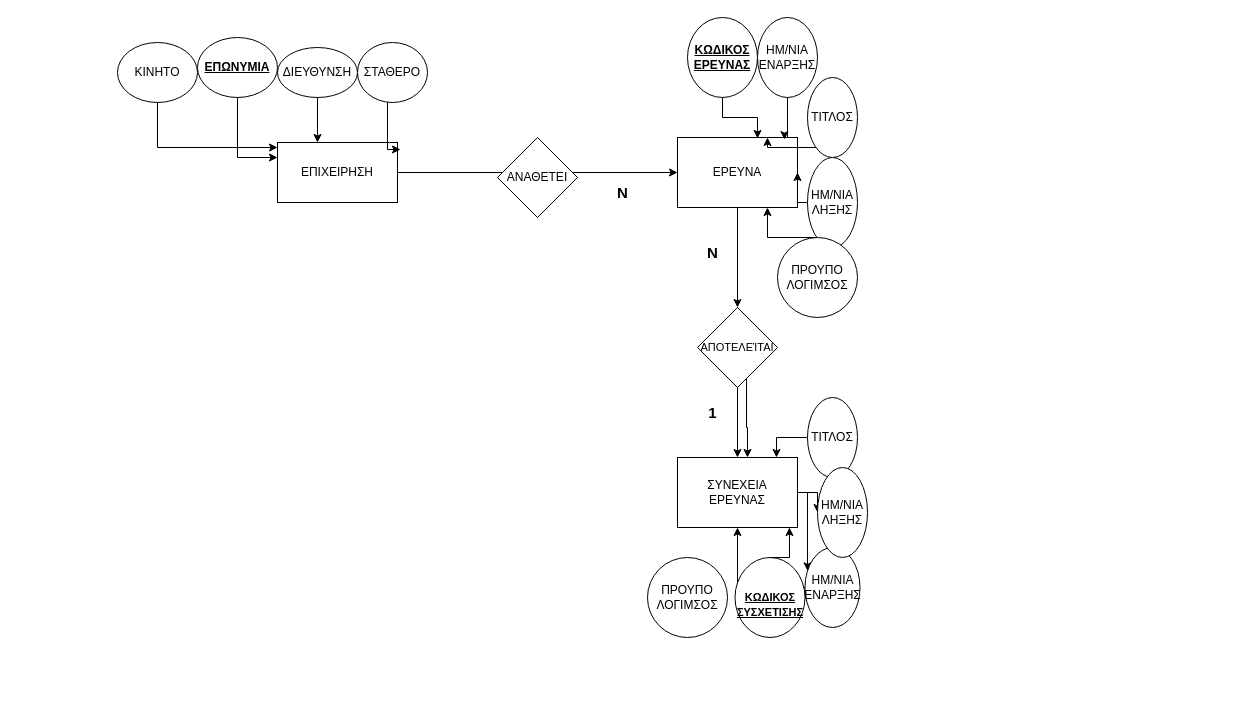
Before: Untitled Diagram.drawio in westqast/C-Program-to-Find-the-Largest-Number-Among-Three-Numbers, a draw.io diagram. Source tidied: cells renumbered, new cells numbered last; positions are measured from the earlier drawing's top-left corner, leaving out a move shared by most shapes. Both pictures are drawn from the tidied source at 100%, with x=0, y=0 at pixel (117, 17).
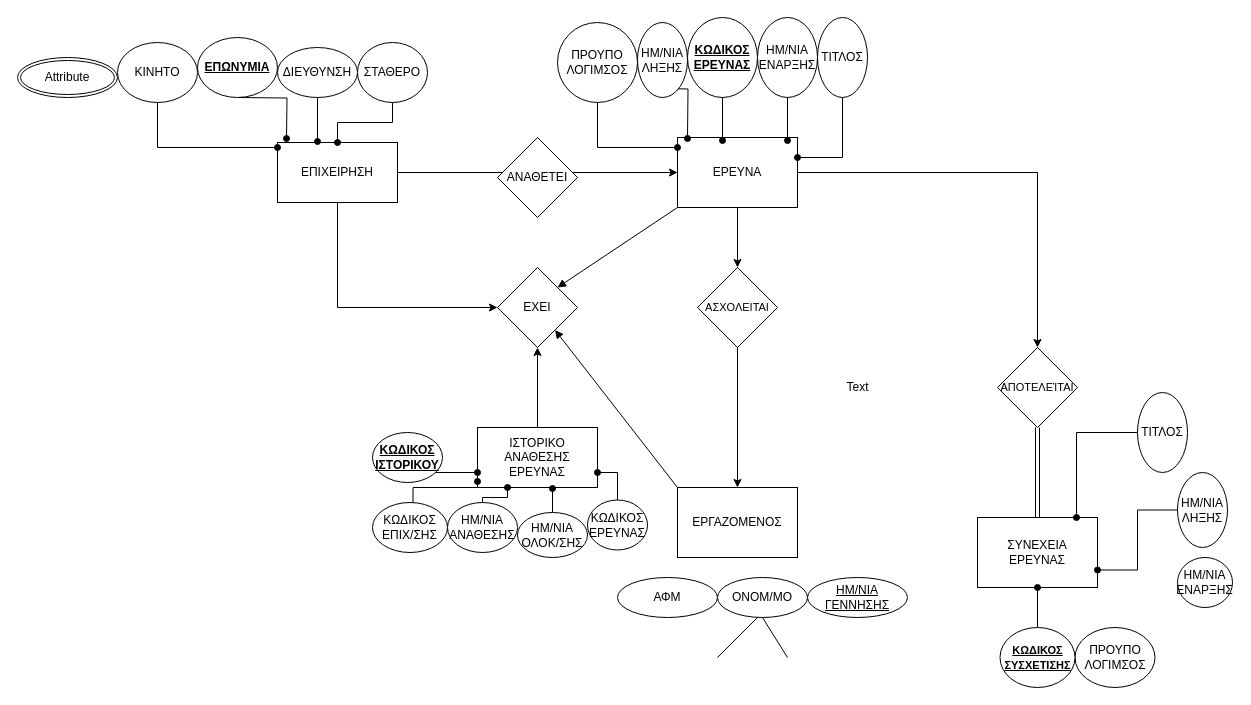
The same page after the edit.

Unchanged cells that the change refers to:
```xml
<mxCell id="3" value="ΕΠΙΧΕΙΡΗΣΗ" style="rounded=0;whiteSpace=wrap;html=1;" parent="1" vertex="1">
  <mxGeometry x="160" y="125" width="120" height="60" as="geometry" />
</mxCell>
<mxCell id="5" value="ΕΡΕΥΝΑ" style="rounded=0;whiteSpace=wrap;html=1;" parent="1" vertex="1">
  <mxGeometry x="560" y="120" width="120" height="70" as="geometry" />
</mxCell>
<mxCell id="7" value="ΗΜ/ΝΙΑ&lt;br&gt;ΕΝΑΡΞΗΣ" style="ellipse;whiteSpace=wrap;html=1;" parent="1" vertex="1">
  <mxGeometry x="640" width="60" height="80" as="geometry" />
</mxCell>
<mxCell id="35" value="ΔΙΕΥΘΥΝΣΗ" style="ellipse;whiteSpace=wrap;html=1;" parent="1" vertex="1">
  <mxGeometry x="160" y="30" width="80" height="50" as="geometry" />
</mxCell>
<mxCell id="37" value="ΣΤΑΘΕΡΟ" style="ellipse;whiteSpace=wrap;html=1;" parent="1" vertex="1">
  <mxGeometry x="240" y="25" width="70" height="60" as="geometry" />
</mxCell>
<mxCell id="39" value="ΚΙΝΗΤΟ" style="ellipse;whiteSpace=wrap;html=1;" parent="1" vertex="1">
  <mxGeometry y="25" width="80" height="60" as="geometry" />
</mxCell>
<mxCell id="41" value="&lt;b&gt;&lt;u&gt;ΚΩΔΙΚΟΣ&lt;br&gt;ΕΡΕΥΝΑΣ&lt;br&gt;&lt;/u&gt;&lt;/b&gt;" style="ellipse;whiteSpace=wrap;html=1;" parent="1" vertex="1">
  <mxGeometry x="570" width="70" height="80" as="geometry" />
</mxCell>
```

The edit, as a diff of the source:
```diff
@@
+    <mxCell id="42" style="edgeStyle=orthogonalEdgeStyle;rounded=0;jettySize=auto;html=1;" parent="1" edge="1" source="3" target="52">
+      <mxGeometry relative="1" as="geometry">
+        <Array as="points">
+          <mxPoint x="220" y="290" />
+        </Array>
+      </mxGeometry>
+    </mxCell>
@@
-    <mxCell id="4" style="edgeStyle=orthogonalEdgeStyle;rounded=0;jettySize=auto;html=1;entryX=0.5;entryY=0;entryDx=0;entryDy=0;" parent="1" edge="1" source="16" target="14">
+    <mxCell id="4" style="edgeStyle=orthogonalEdgeStyle;rounded=0;jettySize=auto;html=1;entryX=0.5;entryY=0;entryDx=0;entryDy=0;shape=link;" parent="1" edge="1" source="16" target="14">
       <mxGeometry relative="1" as="geometry" />
     </mxCell>
+    <mxCell id="43" style="edgeStyle=orthogonalEdgeStyle;rounded=0;jettySize=auto;html=1;" parent="1" edge="1" source="5" target="55">
+      <mxGeometry relative="1" as="geometry" />
+    </mxCell>
@@
-    <mxCell id="6" style="edgeStyle=orthogonalEdgeStyle;rounded=0;jettySize=auto;html=1;entryX=0.892;entryY=0.029;entryDx=0;entryDy=0;entryPerimeter=0;" parent="1" edge="1" source="7" target="5">
-      <mxGeometry relative="1" as="geometry">
-        <Array as="points">
-          <mxPoint x="670" y="120" />
-          <mxPoint x="667" y="120" />
-        </Array>
-      </mxGeometry>
-    </mxCell>
+    <mxCell id="44" style="edgeStyle=orthogonalEdgeStyle;rounded=0;orthogonalLoop=1;jettySize=auto;html=1;entryX=0.917;entryY=0.286;entryDx=0;entryDy=0;entryPerimeter=0;endArrow=oval;endFill=1;" parent="1" edge="1">
+      <mxGeometry relative="1" as="geometry">
+        <mxPoint x="670" y="63" as="sourcePoint" />
+        <mxPoint x="670" y="123" as="targetPoint" />
+      </mxGeometry>
+    </mxCell>
@@
-    <mxCell id="8" style="edgeStyle=orthogonalEdgeStyle;rounded=0;jettySize=auto;html=1;entryX=1;entryY=0.5;entryDx=0;entryDy=0;" parent="1" edge="1" source="9" target="5">
-      <mxGeometry relative="1" as="geometry">
-        <Array as="points">
-          <mxPoint x="680" y="185" />
-        </Array>
-      </mxGeometry>
-    </mxCell>
+    <mxCell id="45" style="edgeStyle=orthogonalEdgeStyle;rounded=0;orthogonalLoop=1;jettySize=auto;html=1;entryX=0.083;entryY=0.143;entryDx=0;entryDy=0;entryPerimeter=0;endArrow=oval;endFill=1;" parent="1" edge="1">
+      <mxGeometry relative="1" as="geometry">
+        <mxPoint x="545" y="71" as="sourcePoint" />
+        <mxPoint x="570" y="121" as="targetPoint" />
+      </mxGeometry>
+    </mxCell>
     <mxCell id="9" value="ΗΜ/ΝΙΑ&lt;br&gt;ΛΗΞΗΣ" style="ellipse;whiteSpace=wrap;html=1;" parent="1" vertex="1">
-      <mxGeometry x="690" y="140" width="50" height="90" as="geometry" />
+      <mxGeometry x="520" y="5" width="50" height="75" as="geometry" />
     </mxCell>
-    <mxCell id="10" style="edgeStyle=orthogonalEdgeStyle;rounded=0;jettySize=auto;html=1;entryX=0.75;entryY=1;entryDx=0;entryDy=0;" parent="1" edge="1" source="11" target="5">
+    <mxCell id="10" style="edgeStyle=orthogonalEdgeStyle;rounded=0;jettySize=auto;html=1;endArrow=oval;endFill=1;" parent="1" edge="1" source="11" target="5">
       <mxGeometry relative="1" as="geometry">
         <Array as="points">
-          <mxPoint x="650" y="220" />
+          <mxPoint x="480" y="130" />
         </Array>
       </mxGeometry>
     </mxCell>
     <mxCell id="11" value="ΠΡΟΥΠΟ&lt;br&gt;ΛΟΓΙΜΣΟΣ" style="ellipse;whiteSpace=wrap;html=1;direction=south;" parent="1" vertex="1">
-      <mxGeometry x="660" y="220" width="80" height="80" as="geometry" />
+      <mxGeometry x="440" y="5" width="80" height="80" as="geometry" />
     </mxCell>
-    <mxCell id="12" style="edgeStyle=orthogonalEdgeStyle;rounded=0;jettySize=auto;html=1;" parent="1" edge="1" source="14" target="21">
-      <mxGeometry relative="1" as="geometry" />
-    </mxCell>
-    <mxCell id="13" style="edgeStyle=orthogonalEdgeStyle;rounded=0;jettySize=auto;html=1;" parent="1" edge="1" source="14" target="18">
-      <mxGeometry relative="1" as="geometry">
-        <Array as="points">
-          <mxPoint x="690" y="475" />
-        </Array>
-      </mxGeometry>
-    </mxCell>
     <mxCell id="14" value="ΣΥΝΕΧΕΙΑ&lt;br&gt;ΕΡΕΥΝΑΣ" style="rounded=0;whiteSpace=wrap;html=1;" parent="1" vertex="1">
-      <mxGeometry x="560" y="440" width="120" height="70" as="geometry" />
+      <mxGeometry x="860" y="500" width="120" height="70" as="geometry" />
     </mxCell>
@@
     <mxCell id="16" value="&lt;font style=&quot;font-size: 11px;&quot;&gt;ΑΠΟΤΕΛΕΊΤΑΙ&lt;/font&gt;" style="rhombus;whiteSpace=wrap;html=1;" parent="1" vertex="1">
-      <mxGeometry x="580" y="290" width="80" height="80" as="geometry" />
+      <mxGeometry x="880" y="330" width="80" height="80" as="geometry" />
     </mxCell>
-    <mxCell id="17" style="edgeStyle=orthogonalEdgeStyle;rounded=0;jettySize=auto;html=1;entryX=0.5;entryY=1;entryDx=0;entryDy=0;" parent="1" edge="1" source="18" target="14">
-      <mxGeometry relative="1" as="geometry" />
-    </mxCell>
     <mxCell id="18" value="ΗΜ/ΝΙΑ&lt;br&gt;ΕΝΑΡΞΗΣ" style="ellipse;whiteSpace=wrap;html=1;" parent="1" vertex="1">
-      <mxGeometry x="687.5" y="530" width="55" height="80" as="geometry" />
+      <mxGeometry x="1060" y="540" width="55" height="50" as="geometry" />
     </mxCell>
-    <mxCell id="19" style="edgeStyle=orthogonalEdgeStyle;rounded=0;jettySize=auto;html=1;entryX=0.825;entryY=0;entryDx=0;entryDy=0;entryPerimeter=0;" parent="1" edge="1" source="20" target="14">
+    <mxCell id="19" style="edgeStyle=orthogonalEdgeStyle;rounded=0;jettySize=auto;html=1;entryX=0.825;entryY=0;entryDx=0;entryDy=0;entryPerimeter=0;endArrow=oval;endFill=1;" parent="1" edge="1" source="20" target="14">
       <mxGeometry relative="1" as="geometry" />
     </mxCell>
     <mxCell id="20" value="ΤΙΤΛΟΣ" style="ellipse;whiteSpace=wrap;html=1;" parent="1" vertex="1">
-      <mxGeometry x="690" y="380" width="50" height="80" as="geometry" />
+      <mxGeometry x="1020" y="375" width="50" height="80" as="geometry" />
     </mxCell>
+    <mxCell id="46" style="edgeStyle=orthogonalEdgeStyle;rounded=0;jettySize=auto;html=1;entryX=1;entryY=0.75;entryDx=0;entryDy=0;endArrow=oval;endFill=1;" parent="1" edge="1" source="21" target="14">
+      <mxGeometry relative="1" as="geometry" />
+    </mxCell>
     <mxCell id="21" value="ΗΜ/ΝΙΑ&lt;br&gt;ΛΗΞΗΣ" style="ellipse;whiteSpace=wrap;html=1;" parent="1" vertex="1">
-      <mxGeometry x="700" y="450" width="50" height="90" as="geometry" />
+      <mxGeometry x="1060" y="455" width="50" height="75" as="geometry" />
     </mxCell>
     <mxCell id="22" value="ΠΡΟΥΠΟ&lt;br&gt;ΛΟΓΙΜΣΟΣ" style="ellipse;whiteSpace=wrap;html=1;direction=south;" parent="1" vertex="1">
-      <mxGeometry x="530" y="540" width="80" height="80" as="geometry" />
+      <mxGeometry x="957.5" y="610" width="80" height="60" as="geometry" />
     </mxCell>
-    <mxCell id="23" style="edgeStyle=orthogonalEdgeStyle;rounded=0;jettySize=auto;html=1;exitX=0.5;exitY=0;exitDx=0;exitDy=0;entryX=0.933;entryY=1;entryDx=0;entryDy=0;entryPerimeter=0;" parent="1" edge="1" source="24" target="14">
+    <mxCell id="23" style="edgeStyle=orthogonalEdgeStyle;rounded=0;jettySize=auto;html=1;endArrow=oval;endFill=1;" parent="1" edge="1" source="24" target="14">
       <mxGeometry relative="1" as="geometry" />
     </mxCell>
-    <mxCell id="24" value="&lt;u style=&quot;font-size: 11px;&quot;&gt;&lt;b&gt;&lt;br&gt;ΚΩΔΙΚΟΣ&lt;br&gt;ΣΥΣΧΕΤΙΣΗΣ&lt;br&gt;&lt;/b&gt;&lt;/u&gt;" style="ellipse;whiteSpace=wrap;html=1;" parent="1" vertex="1">
-      <mxGeometry x="617.5" y="540" width="70" height="80" as="geometry" />
+    <mxCell id="24" value="&lt;u style=&quot;font-size: 11px;&quot;&gt;&lt;b&gt;ΚΩΔΙΚΟΣ&lt;br&gt;ΣΥΣΧΕΤΙΣΗΣ&lt;br&gt;&lt;/b&gt;&lt;/u&gt;" style="ellipse;whiteSpace=wrap;html=1;" parent="1" vertex="1">
+      <mxGeometry x="882.5" y="610" width="75" height="60" as="geometry" />
     </mxCell>
-    <mxCell id="25" value="&lt;font style=&quot;font-size: 15px;&quot;&gt;&lt;b&gt;1&lt;/b&gt;&lt;/font&gt;" style="text;html=1;align=center;verticalAlign=middle;strokeColor=none;fillColor=none;" parent="1" vertex="1">
-      <mxGeometry x="580" y="380" width="30" height="30" as="geometry" />
-    </mxCell>
-    <mxCell id="26" value="&lt;font style=&quot;font-size: 15px;&quot;&gt;&lt;b&gt;Ν&lt;/b&gt;&lt;/font&gt;" style="text;html=1;align=center;verticalAlign=middle;strokeColor=none;fillColor=none;" parent="1" vertex="1">
-      <mxGeometry x="580" y="220" width="30" height="30" as="geometry" />
-    </mxCell>
-    <mxCell id="27" style="edgeStyle=orthogonalEdgeStyle;rounded=0;jettySize=auto;html=1;entryX=0.75;entryY=0;entryDx=0;entryDy=0;" parent="1" edge="1" source="28" target="5">
+    <mxCell id="27" style="edgeStyle=orthogonalEdgeStyle;rounded=0;jettySize=auto;html=1;endArrow=oval;endFill=1;" parent="1" edge="1" source="28" target="5">
       <mxGeometry relative="1" as="geometry">
         <Array as="points">
-          <mxPoint x="650" y="130" />
+          <mxPoint x="725" y="140" />
         </Array>
       </mxGeometry>
     </mxCell>
     <mxCell id="28" value="ΤΙΤΛΟΣ" style="ellipse;whiteSpace=wrap;html=1;" parent="1" vertex="1">
-      <mxGeometry x="690" y="60" width="50" height="80" as="geometry" />
+      <mxGeometry x="700" width="50" height="80" as="geometry" />
     </mxCell>
-    <mxCell id="29" style="edgeStyle=orthogonalEdgeStyle;rounded=0;jettySize=auto;html=1;exitX=0.613;exitY=0.888;exitDx=0;exitDy=0;exitPerimeter=0;" parent="1" edge="1" source="16">
-      <mxGeometry relative="1" as="geometry">
-        <mxPoint x="630" y="440" as="targetPoint" />
-        <Array as="points">
-          <mxPoint x="629" y="410" />
-          <mxPoint x="630" y="410" />
-        </Array>
-      </mxGeometry>
-    </mxCell>
@@
-    <mxCell id="31" value="&lt;font style=&quot;font-size: 15px;&quot;&gt;&lt;b&gt;Ν&lt;/b&gt;&lt;/font&gt;" style="text;html=1;align=center;verticalAlign=middle;strokeColor=none;fillColor=none;" parent="1" vertex="1">
-      <mxGeometry x="490" y="160" width="30" height="30" as="geometry" />
-    </mxCell>
-    <mxCell id="32" style="edgeStyle=orthogonalEdgeStyle;rounded=0;jettySize=auto;html=1;entryX=0;entryY=0.25;entryDx=0;entryDy=0;" parent="1" edge="1" source="33" target="3">
-      <mxGeometry relative="1" as="geometry" />
-    </mxCell>
+    <mxCell id="47" style="edgeStyle=orthogonalEdgeStyle;rounded=0;orthogonalLoop=1;jettySize=auto;html=1;entryX=0.075;entryY=-0.067;entryDx=0;entryDy=0;entryPerimeter=0;endArrow=oval;endFill=1;" parent="1" edge="1">
+      <mxGeometry relative="1" as="geometry">
+        <mxPoint x="120" y="80" as="sourcePoint" />
+        <mxPoint x="169" y="121" as="targetPoint" />
+      </mxGeometry>
+    </mxCell>
-    <mxCell id="33" value="&lt;b&gt;&lt;u&gt;ΕΠΩΝΥΜΙΑ&lt;/u&gt;&lt;/b&gt;" style="ellipse;whiteSpace=wrap;html=1;" parent="1" vertex="1">
+    <mxCell id="33" value="&lt;b&gt;&lt;u&gt;ΕΠΩΝΥΜΙΑ&lt;/u&gt;&lt;/b&gt;" style="ellipse;whiteSpace=wrap;html=1;fillStyle=cross-hatch;" parent="1" vertex="1">
       <mxGeometry x="80" y="20" width="80" height="60" as="geometry" />
     </mxCell>
-    <mxCell id="34" style="edgeStyle=orthogonalEdgeStyle;rounded=0;jettySize=auto;html=1;" parent="1" edge="1" source="35" target="3">
-      <mxGeometry relative="1" as="geometry">
-        <Array as="points">
-          <mxPoint x="200" y="130" />
-          <mxPoint x="200" y="130" />
-        </Array>
-      </mxGeometry>
-    </mxCell>
+    <mxCell id="48" style="jettySize=auto;html=1;rounded=0;endArrow=oval;endFill=1;exitX=0.5;exitY=1;exitDx=0;exitDy=0;" parent="1" edge="1" source="35">
+      <mxGeometry relative="1" as="geometry">
+        <mxPoint x="200" y="124" as="targetPoint" />
+      </mxGeometry>
+    </mxCell>
@@
-    <mxCell id="36" style="edgeStyle=orthogonalEdgeStyle;rounded=0;jettySize=auto;html=1;entryX=1.025;entryY=0.117;entryDx=0;entryDy=0;entryPerimeter=0;" parent="1" edge="1" source="37" target="3">
-      <mxGeometry relative="1" as="geometry">
-        <Array as="points">
-          <mxPoint x="270" y="132" />
-        </Array>
-      </mxGeometry>
+    <mxCell id="36" style="edgeStyle=orthogonalEdgeStyle;rounded=0;jettySize=auto;html=1;endArrow=oval;endFill=1;" parent="1" edge="1" source="37" target="3">
+      <mxGeometry relative="1" as="geometry" />
     </mxCell>
@@
-    <mxCell id="38" style="edgeStyle=orthogonalEdgeStyle;rounded=0;jettySize=auto;html=1;" parent="1" edge="1" source="39" target="3">
+    <mxCell id="38" style="edgeStyle=orthogonalEdgeStyle;rounded=0;jettySize=auto;html=1;endArrow=oval;endFill=1;" parent="1" edge="1" source="39" target="3">
       <mxGeometry relative="1" as="geometry">
         <Array as="points">
           <mxPoint x="40" y="130" />
         </Array>
       </mxGeometry>
     </mxCell>
@@
-    <mxCell id="40" style="edgeStyle=orthogonalEdgeStyle;rounded=0;jettySize=auto;html=1;entryX=0.667;entryY=0.014;entryDx=0;entryDy=0;entryPerimeter=0;" parent="1" edge="1" source="41" target="5">
-      <mxGeometry relative="1" as="geometry" />
-    </mxCell>
+    <mxCell id="49" style="edgeStyle=orthogonalEdgeStyle;rounded=0;orthogonalLoop=1;jettySize=auto;html=1;entryX=0.375;entryY=0.571;entryDx=0;entryDy=0;entryPerimeter=0;endArrow=oval;endFill=1;" parent="1" edge="1">
+      <mxGeometry relative="1" as="geometry">
+        <mxPoint x="600" y="52" as="sourcePoint" />
+        <mxPoint x="605" y="123" as="targetPoint" />
+        <Array as="points">
+          <mxPoint x="605" y="52" />
+        </Array>
+      </mxGeometry>
+    </mxCell>
@@
+    <mxCell id="50" value="ΙΣΤΟΡΙΚΟ&lt;br&gt;ΑΝΑΘΕΣΗΣ&lt;br&gt;ΕΡΕΥΝΑΣ" style="rounded=0;whiteSpace=wrap;html=1;" parent="1" vertex="1">
+      <mxGeometry x="360" y="410" width="120" height="60" as="geometry" />
+    </mxCell>
+    <mxCell id="51" style="edgeStyle=orthogonalEdgeStyle;rounded=0;jettySize=auto;html=1;entryX=0.5;entryY=1;entryDx=0;entryDy=0;" parent="1" edge="1" source="50" target="52">
+      <mxGeometry relative="1" as="geometry" />
+    </mxCell>
+    <mxCell id="52" value="ΕΧΕΙ" style="rhombus;whiteSpace=wrap;html=1;" parent="1" vertex="1">
+      <mxGeometry x="380" y="250" width="80" height="80" as="geometry" />
+    </mxCell>
+    <mxCell id="53" value="ΕΡΓΑΖΟΜΕΝΟΣ" style="rounded=0;whiteSpace=wrap;html=1;" parent="1" vertex="1">
+      <mxGeometry x="560" y="470" width="120" height="70" as="geometry" />
+    </mxCell>
+    <mxCell id="54" style="edgeStyle=orthogonalEdgeStyle;rounded=0;jettySize=auto;html=1;" parent="1" edge="1" source="55" target="53">
+      <mxGeometry relative="1" as="geometry" />
+    </mxCell>
+    <mxCell id="55" value="&lt;font style=&quot;font-size: 11px;&quot;&gt;ΑΣΧΟΛΕΙΤΑΙ&lt;/font&gt;" style="rhombus;whiteSpace=wrap;html=1;" parent="1" vertex="1">
+      <mxGeometry x="580" y="250" width="80" height="80" as="geometry" />
+    </mxCell>
+    <mxCell id="56" style="edgeStyle=orthogonalEdgeStyle;rounded=0;jettySize=auto;html=1;entryX=1;entryY=0.75;entryDx=0;entryDy=0;endArrow=oval;endFill=1;" parent="1" edge="1" source="57" target="50">
+      <mxGeometry relative="1" as="geometry" />
+    </mxCell>
+    <mxCell id="57" value="ΚΩΔΙΚΟΣ&lt;br&gt;ΕΡΕΥΝΑΣ" style="ellipse;whiteSpace=wrap;html=1;" parent="1" vertex="1">
+      <mxGeometry x="470" y="482.5" width="60" height="50" as="geometry" />
+    </mxCell>
+    <mxCell id="58" style="edgeStyle=orthogonalEdgeStyle;rounded=0;orthogonalLoop=1;jettySize=auto;html=1;entryX=-0.025;entryY=0.9;entryDx=0;entryDy=0;entryPerimeter=0;endArrow=oval;endFill=1;" parent="1" edge="1">
+      <mxGeometry relative="1" as="geometry">
+        <mxPoint x="295.5" y="485" as="sourcePoint" />
+        <mxPoint x="360" y="464" as="targetPoint" />
+        <Array as="points">
+          <mxPoint x="296" y="470" />
+          <mxPoint x="360" y="470" />
+        </Array>
+      </mxGeometry>
+    </mxCell>
+    <mxCell id="59" value="ΚΩΔΙΚΟΣ &lt;br&gt;ΕΠΙΧ/ΣΗΣ" style="ellipse;whiteSpace=wrap;html=1;" parent="1" vertex="1">
+      <mxGeometry x="255" y="485" width="75" height="50" as="geometry" />
+    </mxCell>
+    <mxCell id="60" style="edgeStyle=orthogonalEdgeStyle;rounded=0;jettySize=auto;html=1;entryX=0.25;entryY=1;entryDx=0;entryDy=0;endArrow=oval;endFill=1;" parent="1" edge="1" source="61" target="50">
+      <mxGeometry relative="1" as="geometry">
+        <Array as="points">
+          <mxPoint x="365" y="480" />
+          <mxPoint x="390" y="480" />
+        </Array>
+      </mxGeometry>
+    </mxCell>
+    <mxCell id="61" value="ΗΜ/ΝΙΑ&lt;br&gt;ΑΝΑΘΕΣΗΣ" style="ellipse;whiteSpace=wrap;html=1;" parent="1" vertex="1">
+      <mxGeometry x="330" y="485" width="70" height="50" as="geometry" />
+    </mxCell>
+    <mxCell id="62" style="edgeStyle=orthogonalEdgeStyle;rounded=0;jettySize=auto;html=1;entryX=0.625;entryY=1.017;entryDx=0;entryDy=0;entryPerimeter=0;endArrow=oval;endFill=1;" parent="1" edge="1" source="63" target="50">
+      <mxGeometry relative="1" as="geometry" />
+    </mxCell>
+    <mxCell id="63" value="ΗΜ/ΝΙΑ&lt;br&gt;ΟΛΟΚ/ΣΗΣ" style="ellipse;whiteSpace=wrap;html=1;" parent="1" vertex="1">
+      <mxGeometry x="400" y="495" width="70" height="45" as="geometry" />
+    </mxCell>
+    <mxCell id="64" style="edgeStyle=orthogonalEdgeStyle;rounded=0;jettySize=auto;html=1;entryX=0;entryY=0.75;entryDx=0;entryDy=0;endArrow=oval;endFill=1;" parent="1" edge="1" source="65" target="50">
+      <mxGeometry relative="1" as="geometry">
+        <Array as="points">
+          <mxPoint x="360" y="455" />
+          <mxPoint x="360" y="455" />
+        </Array>
+      </mxGeometry>
+    </mxCell>
+    <mxCell id="65" value="&lt;u&gt;&lt;b&gt;ΚΩΔΙΚΟΣ&lt;br&gt;ΙΣΤΟΡΙΚΟΥ&lt;/b&gt;&lt;/u&gt;" style="ellipse;whiteSpace=wrap;html=1;" parent="1" vertex="1">
+      <mxGeometry x="255" y="415" width="70" height="50" as="geometry" />
+    </mxCell>
+    <mxCell id="66" value="Attribute" style="ellipse;shape=doubleEllipse;margin=3;whiteSpace=wrap;html=1;align=center;" parent="1" vertex="1">
+      <mxGeometry x="-100" y="40" width="100" height="40" as="geometry" />
+    </mxCell>
+    <mxCell id="67" style="endArrow=none;html=1;rounded=0;exitX=1;exitY=0;exitDx=0;exitDy=0;endFill=0;startArrow=block;startFill=1;" parent="1" edge="1" source="52">
+      <mxGeometry relative="1" as="geometry">
+        <mxPoint x="560" y="190" as="targetPoint" />
+      </mxGeometry>
+    </mxCell>
+    <mxCell id="68" style="endArrow=block;html=1;rounded=0;exitX=0;exitY=0;exitDx=0;exitDy=0;startArrow=none;startFill=0;endFill=1;" parent="1" edge="1" source="53" target="52">
+      <mxGeometry relative="1" as="geometry" />
+    </mxCell>
+    <mxCell id="69" value="ΑΦΜ" style="ellipse;whiteSpace=wrap;html=1;align=center;" parent="1" vertex="1">
+      <mxGeometry x="500" y="560" width="100" height="40" as="geometry" />
+    </mxCell>
+    <mxCell id="70" value="ΗΜ/ΝΙΑ&lt;br&gt;ΓΕΝΝΗΣΗΣ" style="ellipse;whiteSpace=wrap;html=1;align=center;fontStyle=4;" parent="1" vertex="1">
+      <mxGeometry x="690" y="560" width="100" height="40" as="geometry" />
+    </mxCell>
+    <mxCell id="71" value="ΟΝΟΜ/ΜΟ" style="ellipse;whiteSpace=wrap;html=1;align=center;" parent="1" vertex="1">
+      <mxGeometry x="600" y="560" width="90" height="40" as="geometry" />
+    </mxCell>
+    <mxCell id="72" style="endArrow=none;html=1;rounded=0;" parent="1" edge="1">
+      <mxGeometry relative="1" as="geometry">
+        <mxPoint x="640" y="600" as="sourcePoint" />
+        <mxPoint x="600" y="640" as="targetPoint" />
+      </mxGeometry>
+    </mxCell>
+    <mxCell id="73" style="endArrow=none;html=1;rounded=0;entryX=0.5;entryY=1;entryDx=0;entryDy=0;" parent="1" edge="1" target="71">
+      <mxGeometry relative="1" as="geometry">
+        <mxPoint x="670" y="640" as="sourcePoint" />
+      </mxGeometry>
+    </mxCell>
+    <mxCell id="74" value="Text" style="text;html=1;align=center;verticalAlign=middle;strokeColor=none;fillColor=none;" parent="1" vertex="1">
+      <mxGeometry x="715" y="355" width="50" height="30" as="geometry" />
+    </mxCell>
```
